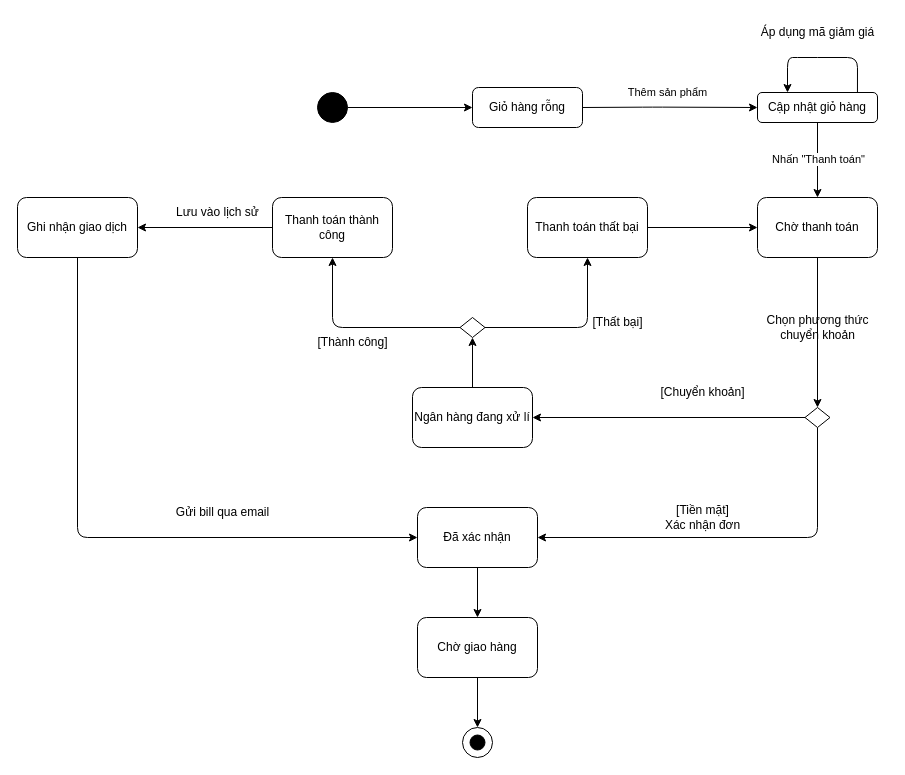
Earlier version of the draw.io diagram Sate Machine Diagram/Cart_Checkout.drawio (NguyenThaiDung2003/IT3120Nhom11). Source tidied: cells renumbered, new cells numbered last; positions are measured from the earlier drawing's top-left corner, leaving out a move shared by most shapes. Both pictures are drawn from the tidied source at 100%, with x=0, y=0 at pixel (17, 17).
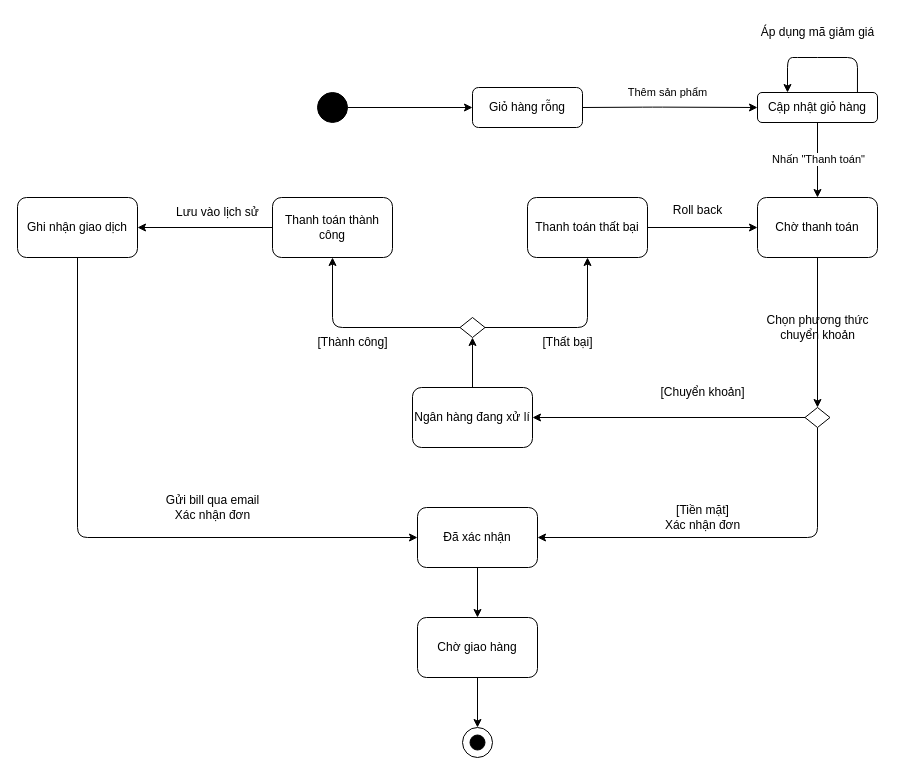
After the change.

Commit message:
Hoàn thành biểu đồ máy trạng thái cho thanh toán giỏ hàng

The edit, as a diff of the source:
```diff
@@
-    <mxCell id="19" value="Gửi bill qua email" style="text;html=1;align=center;verticalAlign=middle;strokeColor=none;fillColor=none;" parent="1" vertex="1">
-      <mxGeometry x="145" y="480" width="120" height="30" as="geometry" />
+    <mxCell id="19" value="Gửi bill qua email&lt;div&gt;Xác nhận đơn&lt;/div&gt;" style="text;html=1;align=center;verticalAlign=middle;strokeColor=none;fillColor=none;" parent="1" vertex="1">
+      <mxGeometry x="135" y="470" width="120" height="40" as="geometry" />
     </mxCell>
@@
     <mxCell id="29" value="[Thất bại]" style="text;html=1;align=center;verticalAlign=middle;strokeColor=none;fillColor=none;" parent="1" vertex="1">
-      <mxGeometry x="565" y="290" width="70" height="30" as="geometry" />
+      <mxGeometry x="515" y="310" width="70" height="30" as="geometry" />
     </mxCell>
@@
+    <mxCell id="41" value="Roll back" style="text;html=1;align=center;verticalAlign=middle;strokeColor=none;fillColor=none;" parent="1" vertex="1">
+      <mxGeometry x="645" y="178" width="70" height="30" as="geometry" />
+    </mxCell>
```
